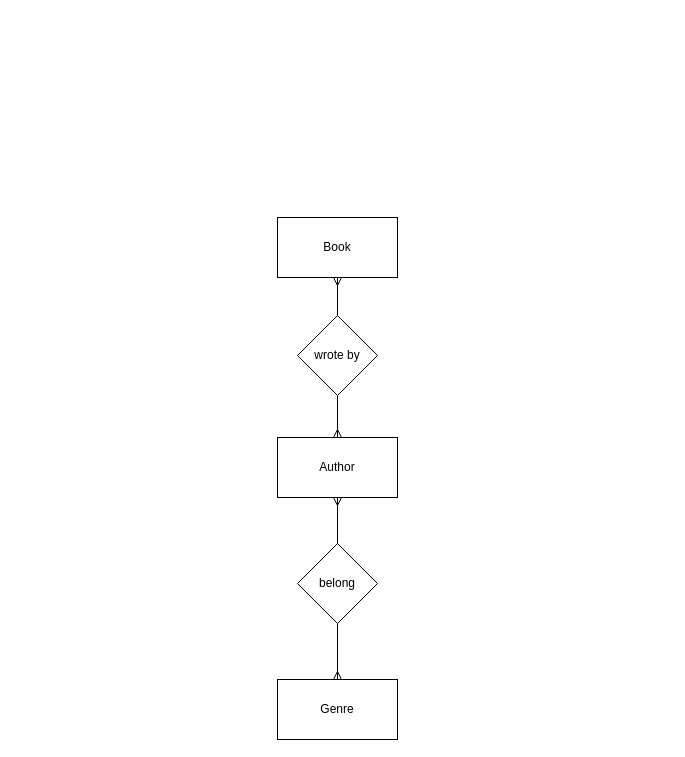
Above: page "ER" (2 of 2) of diagrams.drawio in Adipe92/BE-Database-Day1 (draw.io), before the change. Source tidied: cells renumbered, new cells numbered last; positions are measured from the earlier drawing's top-left corner, leaving out a move shared by most shapes. Both pictures are drawn from the tidied source at 100%, with x=0, y=0 at pixel (277, 217).
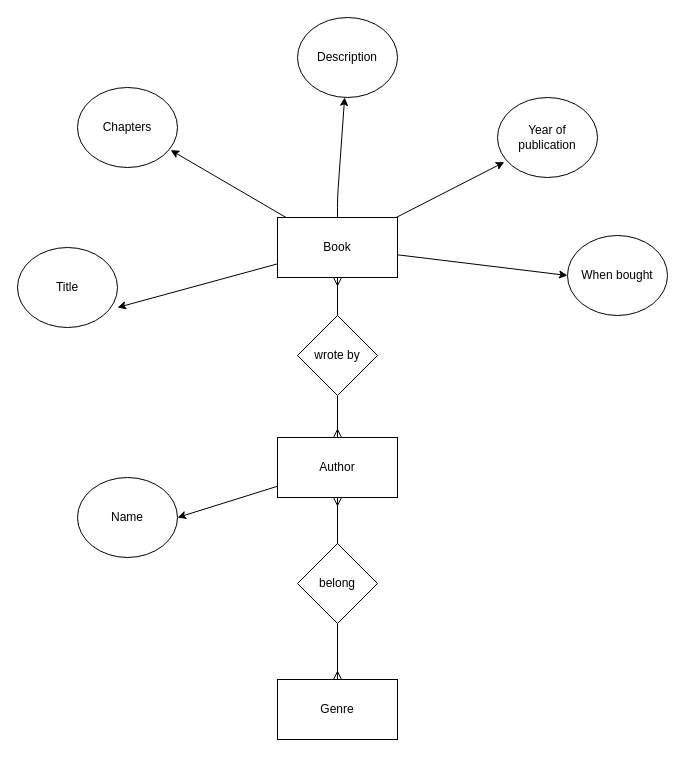
The same diagram, later.

Unchanged cells that the change refers to:
```xml
<mxCell id="2" value="Book" style="rounded=0;whiteSpace=wrap;html=1;" parent="1" vertex="1">
  <mxGeometry width="120" height="60" as="geometry" />
</mxCell>
<mxCell id="3" value="Author" style="rounded=0;whiteSpace=wrap;html=1;" parent="1" vertex="1">
  <mxGeometry y="220" width="120" height="60" as="geometry" />
</mxCell>
```

Change to the diagram source:
```diff
@@
+    <mxCell id="11" style="edgeStyle=none;html=1;entryX=1;entryY=0.75;entryDx=0;entryDy=0;entryPerimeter=0;endArrow=classic;endFill=1;" parent="1" edge="1" source="2" target="17">
+      <mxGeometry relative="1" as="geometry" />
+    </mxCell>
+    <mxCell id="12" style="edgeStyle=none;html=1;entryX=0.932;entryY=0.783;entryDx=0;entryDy=0;entryPerimeter=0;endArrow=classic;endFill=1;" parent="1" edge="1" source="2" target="18">
+      <mxGeometry relative="1" as="geometry" />
+    </mxCell>
+    <mxCell id="13" style="edgeStyle=none;html=1;exitX=0.5;exitY=0;exitDx=0;exitDy=0;endArrow=classic;endFill=1;" parent="1" edge="1" source="2" target="19">
+      <mxGeometry relative="1" as="geometry">
+        <Array as="points">
+          <mxPoint x="60" y="-20" />
+        </Array>
+      </mxGeometry>
+    </mxCell>
+    <mxCell id="14" style="edgeStyle=none;html=1;entryX=0.068;entryY=0.808;entryDx=0;entryDy=0;entryPerimeter=0;endArrow=classic;endFill=1;" parent="1" edge="1" source="2" target="20">
+      <mxGeometry relative="1" as="geometry" />
+    </mxCell>
+    <mxCell id="15" style="edgeStyle=none;html=1;entryX=0;entryY=0.5;entryDx=0;entryDy=0;endArrow=classic;endFill=1;" parent="1" edge="1" source="2" target="21">
+      <mxGeometry relative="1" as="geometry" />
+    </mxCell>
@@
+    <mxCell id="16" style="edgeStyle=none;html=1;entryX=1;entryY=0.5;entryDx=0;entryDy=0;endArrow=classic;endFill=1;" parent="1" edge="1" source="3" target="22">
+      <mxGeometry relative="1" as="geometry" />
+    </mxCell>
@@
+    <mxCell id="17" value="Title" style="ellipse;whiteSpace=wrap;html=1;" parent="1" vertex="1">
+      <mxGeometry x="-260" y="30" width="100" height="80" as="geometry" />
+    </mxCell>
+    <mxCell id="18" value="Chapters" style="ellipse;whiteSpace=wrap;html=1;" parent="1" vertex="1">
+      <mxGeometry x="-200" y="-130" width="100" height="80" as="geometry" />
+    </mxCell>
+    <mxCell id="19" value="Description" style="ellipse;whiteSpace=wrap;html=1;" parent="1" vertex="1">
+      <mxGeometry x="20" y="-200" width="100" height="80" as="geometry" />
+    </mxCell>
+    <mxCell id="20" value="Year of publication" style="ellipse;whiteSpace=wrap;html=1;" parent="1" vertex="1">
+      <mxGeometry x="220" y="-120" width="100" height="80" as="geometry" />
+    </mxCell>
+    <mxCell id="21" value="When bought" style="ellipse;whiteSpace=wrap;html=1;" parent="1" vertex="1">
+      <mxGeometry x="290" y="18" width="100" height="80" as="geometry" />
+    </mxCell>
+    <mxCell id="22" value="Name" style="ellipse;whiteSpace=wrap;html=1;" parent="1" vertex="1">
+      <mxGeometry x="-200" y="260" width="100" height="80" as="geometry" />
+    </mxCell>
```
